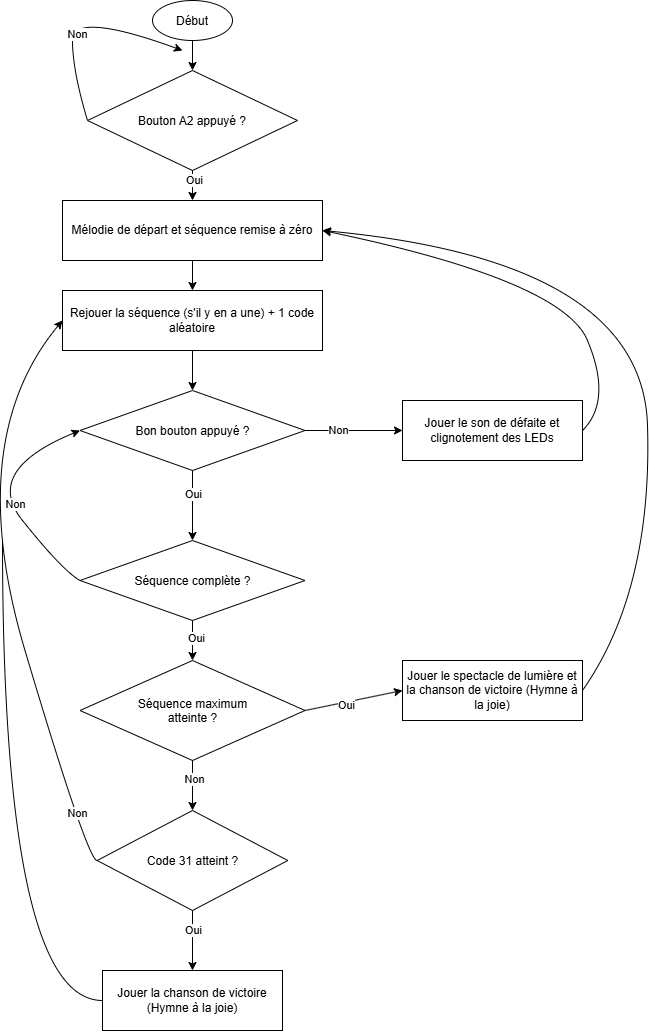
This is Docs/Images/Simon_diagramme_flux.png from NPone29/ProjEmb_Simon, a draw.io export, as it was before one commit. Source tidied: cells renumbered, new cells last; positions are measured from the earlier drawing's top-left corner, leaving out a move shared by most shapes. The source it was exported from:
```xml
<mxGraphModel>
  <root>
    <mxCell id="0" />
    <mxCell id="1" parent="0" />
    <mxCell id="2" value="Début" style="ellipse;whiteSpace=wrap;html=1;shapeInside=1;" parent="1" vertex="1">
      <mxGeometry x="190" width="80" height="40" as="geometry" />
    </mxCell>
    <mxCell id="3" value="Bouton A2 appuyé ?" style="rhombus;whiteSpace=wrap;html=1;shapeInside=1;" parent="1" vertex="1">
      <mxGeometry x="125" y="70" width="210" height="100" as="geometry" />
    </mxCell>
    <mxCell id="4" style="endArrow=classic;html=1;rounded=0;defaultLabelBackgroundColor=page;exitX=0.5;exitY=1;exitDx=0;exitDy=0;" parent="1" edge="1" source="2" target="3">
      <mxGeometry relative="1" as="geometry" />
    </mxCell>
    <mxCell id="5" style="curved=1;curveGeometry=1;endArrow=classic;html=1;rounded=0;defaultLabelBackgroundColor=page;exitX=0;exitY=0.5;exitDx=0;exitDy=0;" parent="1" edge="1" source="3">
      <mxGeometry x="-0.07" relative="1" as="geometry">
        <mxPoint x="220" y="50" as="targetPoint" />
        <Array as="points">
          <mxPoint x="110" y="70" />
          <mxPoint x="110" y="10" />
        </Array>
      </mxGeometry>
    </mxCell>
    <mxCell id="6" value="Non" style="edgeLabel;html=1;align=center;verticalAlign=middle;inheritText=1;defaultLabelBackgroundColor=page;" parent="5" vertex="1">
      <mxGeometry x="-0.11" y="-2" relative="1" as="geometry" />
    </mxCell>
    <mxCell id="7" style="endArrow=classic;html=1;rounded=0;defaultLabelBackgroundColor=page;exitX=0.5;exitY=1;exitDx=0;exitDy=0;entryX=0.5;entryY=0;entryDx=0;entryDy=0;" parent="1" edge="1" source="3" target="9">
      <mxGeometry relative="1" as="geometry" />
    </mxCell>
    <mxCell id="8" value="Oui" style="edgeLabel;html=1;align=center;verticalAlign=middle;inheritText=1;defaultLabelBackgroundColor=page;" parent="7" vertex="1">
      <mxGeometry x="-0.4" y="1" relative="1" as="geometry" />
    </mxCell>
    <mxCell id="9" value="Mélodie de départ et séquence remise à zéro" style="rounded=0;whiteSpace=wrap;html=1;" parent="1" vertex="1">
      <mxGeometry x="100" y="200" width="260" height="60" as="geometry" />
    </mxCell>
    <mxCell id="10" value="Rejouer la séquence (s'il y en a une) + 1 code aléatoire" style="rounded=0;whiteSpace=wrap;html=1;" parent="1" vertex="1">
      <mxGeometry x="100" y="290" width="260" height="60" as="geometry" />
    </mxCell>
    <mxCell id="11" style="endArrow=classic;html=1;rounded=0;defaultLabelBackgroundColor=page;exitX=0.5;exitY=1;exitDx=0;exitDy=0;entryX=0.5;entryY=0;entryDx=0;entryDy=0;" parent="1" edge="1" source="9" target="10">
      <mxGeometry relative="1" as="geometry" />
    </mxCell>
    <mxCell id="12" value="Bon bouton appuyé ?" style="rhombus;whiteSpace=wrap;html=1;shapeInside=1;" parent="1" vertex="1">
      <mxGeometry x="117.5" y="390" width="225" height="80" as="geometry" />
    </mxCell>
    <mxCell id="13" style="endArrow=classic;html=1;rounded=0;defaultLabelBackgroundColor=page;exitX=0.5;exitY=1;exitDx=0;exitDy=0;entryX=0.5;entryY=0;entryDx=0;entryDy=0;" parent="1" edge="1" source="10" target="12">
      <mxGeometry relative="1" as="geometry" />
    </mxCell>
    <mxCell id="14" value="Jouer le son de défaite et clignotement des LEDs" style="rounded=0;whiteSpace=wrap;html=1;" parent="1" vertex="1">
      <mxGeometry x="440" y="400" width="180" height="60" as="geometry" />
    </mxCell>
    <mxCell id="15" style="endArrow=classic;html=1;rounded=0;defaultLabelBackgroundColor=page;exitX=1;exitY=0.5;exitDx=0;exitDy=0;entryX=0;entryY=0.5;entryDx=0;entryDy=0;" parent="1" edge="1" source="12" target="14">
      <mxGeometry relative="1" as="geometry" />
    </mxCell>
    <mxCell id="16" value=" " style="edgeLabel;html=1;align=center;verticalAlign=middle;inheritText=1;defaultLabelBackgroundColor=page;" parent="15" vertex="1">
      <mxGeometry x="0.1" y="-3" relative="1" as="geometry">
        <mxPoint x="1" as="offset" />
      </mxGeometry>
    </mxCell>
    <mxCell id="17" value="Non" style="edgeLabel;html=1;align=center;verticalAlign=middle;inheritText=1;defaultLabelBackgroundColor=page;" parent="15" vertex="1">
      <mxGeometry x="-0.33" y="1" relative="1" as="geometry" />
    </mxCell>
    <mxCell id="18" style="curved=1;curveGeometry=1;endArrow=classic;html=1;rounded=0;defaultLabelBackgroundColor=page;exitX=1;exitY=0.5;exitDx=0;exitDy=0;entryX=1;entryY=0.5;entryDx=0;entryDy=0;" parent="1" edge="1" source="14" target="9">
      <mxGeometry x="-0.66" relative="1" as="geometry">
        <Array as="points">
          <mxPoint x="650" y="400" />
          <mxPoint x="600" y="280" />
        </Array>
      </mxGeometry>
    </mxCell>
    <mxCell id="19" style="endArrow=classic;html=1;rounded=0;defaultLabelBackgroundColor=page;exitX=0.5;exitY=1;exitDx=0;exitDy=0;entryX=0.5;entryY=0;entryDx=0;entryDy=0;" parent="1" edge="1" source="12" target="21">
      <mxGeometry relative="1" as="geometry" />
    </mxCell>
    <mxCell id="20" value="Oui" style="edgeLabel;html=1;align=center;verticalAlign=middle;inheritText=1;defaultLabelBackgroundColor=page;" parent="19" vertex="1">
      <mxGeometry x="-0.34" relative="1" as="geometry" />
    </mxCell>
    <mxCell id="21" value="Séquence complète ?" style="rhombus;whiteSpace=wrap;html=1;shapeInside=1;" parent="1" vertex="1">
      <mxGeometry x="117.5" y="540" width="225" height="80" as="geometry" />
    </mxCell>
    <mxCell id="22" style="curved=1;curveGeometry=1;endArrow=classic;html=1;rounded=0;defaultLabelBackgroundColor=page;exitX=0;exitY=0.5;exitDx=0;exitDy=0;entryX=0;entryY=0.5;entryDx=0;entryDy=0;" parent="1" edge="1" source="21" target="12">
      <mxGeometry x="-0.41" relative="1" as="geometry">
        <Array as="points">
          <mxPoint x="100" y="570" />
          <mxPoint x="20" y="470" />
        </Array>
      </mxGeometry>
    </mxCell>
    <mxCell id="23" value="Non" style="edgeLabel;html=1;align=center;verticalAlign=middle;inheritText=1;defaultLabelBackgroundColor=page;" parent="22" vertex="1">
      <mxGeometry x="-0.04" y="-1" relative="1" as="geometry">
        <mxPoint x="1" as="offset" />
      </mxGeometry>
    </mxCell>
    <mxCell id="24" value="Séquence maximum atteinte ?" style="rhombus;whiteSpace=wrap;html=1;shapeInside=1;" parent="1" vertex="1">
      <mxGeometry x="117.5" y="660" width="225" height="100" as="geometry" />
    </mxCell>
    <mxCell id="25" style="endArrow=classic;html=1;rounded=0;defaultLabelBackgroundColor=page;exitX=0.5;exitY=1;exitDx=0;exitDy=0;entryX=0.5;entryY=0;entryDx=0;entryDy=0;" parent="1" edge="1" source="21" target="24">
      <mxGeometry relative="1" as="geometry" />
    </mxCell>
    <mxCell id="26" value="Oui" style="edgeLabel;html=1;align=center;verticalAlign=middle;inheritText=1;defaultLabelBackgroundColor=page;" parent="25" vertex="1">
      <mxGeometry x="-0.13" y="3" relative="1" as="geometry" />
    </mxCell>
    <mxCell id="27" value="Jouer le spectacle de lumière et la chanson de victoire (Hymne à la joie)" style="rounded=0;whiteSpace=wrap;html=1;" parent="1" vertex="1">
      <mxGeometry x="440" y="660" width="180" height="60" as="geometry" />
    </mxCell>
    <mxCell id="28" style="endArrow=classic;html=1;rounded=0;defaultLabelBackgroundColor=page;exitX=1;exitY=0.5;exitDx=0;exitDy=0;entryX=0;entryY=0.5;entryDx=0;entryDy=0;" parent="1" edge="1" source="24" target="27">
      <mxGeometry relative="1" as="geometry" />
    </mxCell>
    <mxCell id="29" value="Oui" style="edgeLabel;html=1;align=center;verticalAlign=middle;inheritText=1;defaultLabelBackgroundColor=page;" parent="28" vertex="1">
      <mxGeometry x="-0.18" y="-3" relative="1" as="geometry" />
    </mxCell>
    <mxCell id="30" style="curved=1;curveGeometry=1;endArrow=classic;html=1;rounded=0;defaultLabelBackgroundColor=page;exitX=1;exitY=0.5;exitDx=0;exitDy=0;entryX=1;entryY=0.5;entryDx=0;entryDy=0;" parent="1" edge="1" source="27" target="9">
      <mxGeometry x="-0.36" relative="1" as="geometry">
        <Array as="points">
          <mxPoint x="690" y="590" />
          <mxPoint x="680" y="260" />
        </Array>
      </mxGeometry>
    </mxCell>
    <mxCell id="31" style="endArrow=classic;html=1;rounded=0;defaultLabelBackgroundColor=page;exitX=0.5;exitY=1;exitDx=0;exitDy=0;entryX=0.5;entryY=0;entryDx=0;entryDy=0;" parent="1" edge="1" source="24" target="33">
      <mxGeometry relative="1" as="geometry" />
    </mxCell>
    <mxCell id="32" value="Non" style="edgeLabel;html=1;align=center;verticalAlign=middle;inheritText=1;defaultLabelBackgroundColor=page;" parent="31" vertex="1">
      <mxGeometry x="-0.28" y="2" relative="1" as="geometry" />
    </mxCell>
    <mxCell id="33" value="Code 31 atteint ?" style="rhombus;whiteSpace=wrap;html=1;shapeInside=1;" parent="1" vertex="1">
      <mxGeometry x="134.7" y="810" width="190.6" height="100" as="geometry" />
    </mxCell>
    <mxCell id="34" style="curved=1;curveGeometry=1;endArrow=classic;html=1;rounded=0;defaultLabelBackgroundColor=page;exitX=0;exitY=0.5;exitDx=0;exitDy=0;entryX=0;entryY=0.5;entryDx=0;entryDy=0;" parent="1" edge="1" source="33" target="10">
      <mxGeometry x="-0.85" relative="1" as="geometry">
        <Array as="points">
          <mxPoint x="125" y="860" />
          <mxPoint y="440" />
        </Array>
      </mxGeometry>
    </mxCell>
    <mxCell id="35" value="Non" style="edgeLabel;html=1;align=center;verticalAlign=middle;inheritText=1;defaultLabelBackgroundColor=page;" parent="34" vertex="1">
      <mxGeometry x="-0.82" y="-1" relative="1" as="geometry" />
    </mxCell>
    <mxCell id="36" value="Jouer la chanson de victoire (Hymne à la joie)" style="rounded=0;whiteSpace=wrap;html=1;" parent="1" vertex="1">
      <mxGeometry x="140" y="970" width="180" height="60" as="geometry" />
    </mxCell>
    <mxCell id="37" style="endArrow=classic;html=1;rounded=0;defaultLabelBackgroundColor=page;exitX=0.5;exitY=1;exitDx=0;exitDy=0;entryX=0.5;entryY=0;entryDx=0;entryDy=0;" parent="1" edge="1" source="33" target="36">
      <mxGeometry relative="1" as="geometry" />
    </mxCell>
    <mxCell id="38" value="Oui" style="edgeLabel;html=1;align=center;verticalAlign=middle;inheritText=1;defaultLabelBackgroundColor=page;" parent="37" vertex="1">
      <mxGeometry x="-0.33" y="1" relative="1" as="geometry" />
    </mxCell>
    <mxCell id="39" style="endArrow=none;html=1;rounded=0;defaultLabelBackgroundColor=page;edgeStyle=orthogonalEdgeStyle;exitX=0;exitY=0.5;exitDx=0;exitDy=0;curved=1;curveGeometry=1;" parent="1" edge="1" source="36">
      <mxGeometry x="-0.18" relative="1" as="geometry">
        <mxPoint x="40" y="540" as="targetPoint" />
      </mxGeometry>
    </mxCell>
  </root>
</mxGraphModel>
```
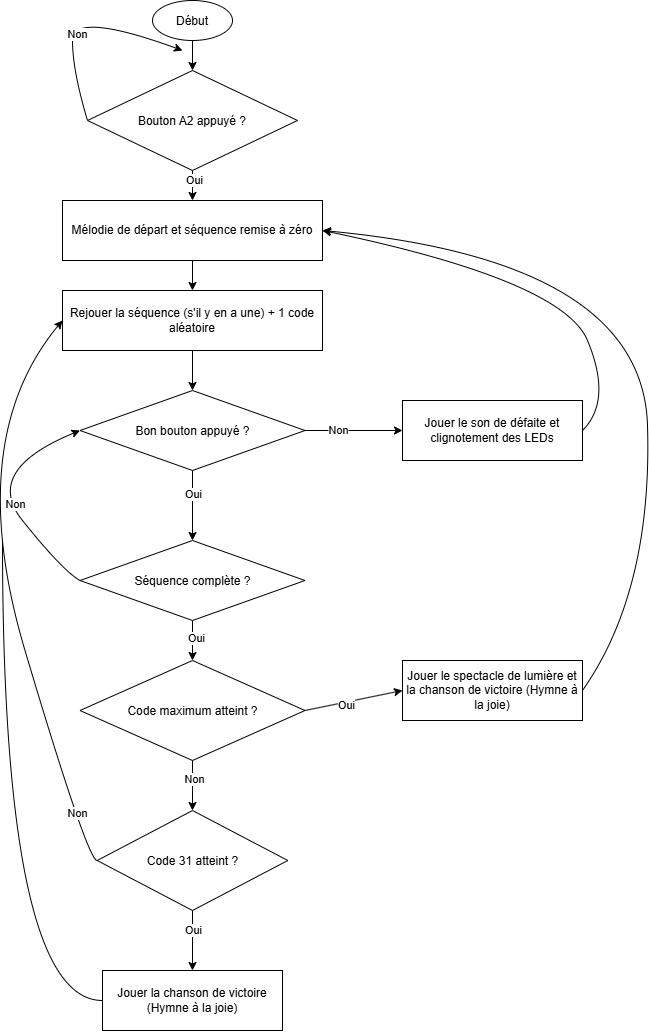
The same file after the commit.

Commit message:
Flowchart Correction

Change to the diagram source:
```diff
@@ -88,7 +88,7 @@
         <mxPoint x="1" as="offset" />
       </mxGeometry>
     </mxCell>
-    <mxCell id="24" value="Séquence maximum atteinte ?" style="rhombus;whiteSpace=wrap;html=1;shapeInside=1;" parent="1" vertex="1">
+    <mxCell id="24" value="Code maximum atteint ?" style="rhombus;whiteSpace=wrap;html=1;shapeInside=1;" parent="1" vertex="1">
       <mxGeometry x="117.5" y="660" width="225" height="100" as="geometry" />
     </mxCell>
     <mxCell id="25" style="endArrow=classic;html=1;rounded=0;defaultLabelBackgroundColor=page;exitX=0.5;exitY=1;exitDx=0;exitDy=0;entryX=0.5;entryY=0;entryDx=0;entryDy=0;" parent="1" edge="1" source="21" target="24">
```
